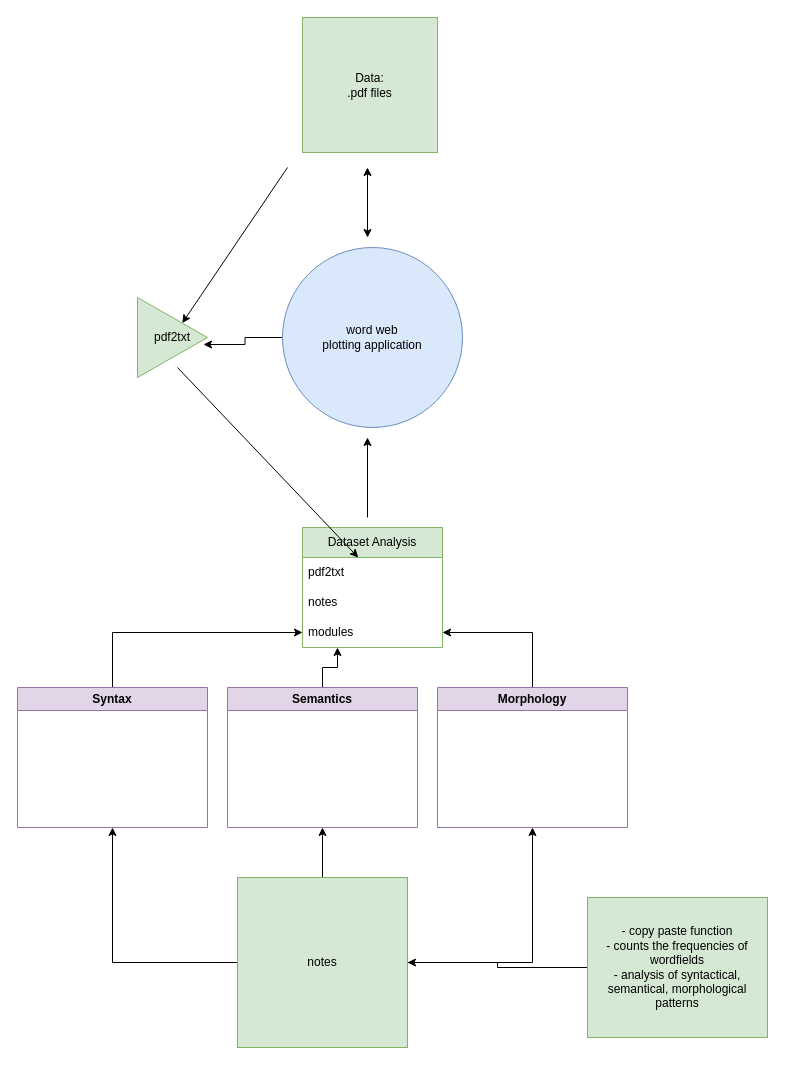
The draw.io diagram plot.drawio in MehmetKay-sudo/Data_Science, before the edit. Source tidied: cells renumbered, new cells numbered last; positions are measured from the earlier drawing's top-left corner, leaving out a move shared by most shapes. Both pictures are drawn from the tidied source at 100%, with x=0, y=0 at pixel (17, 17).
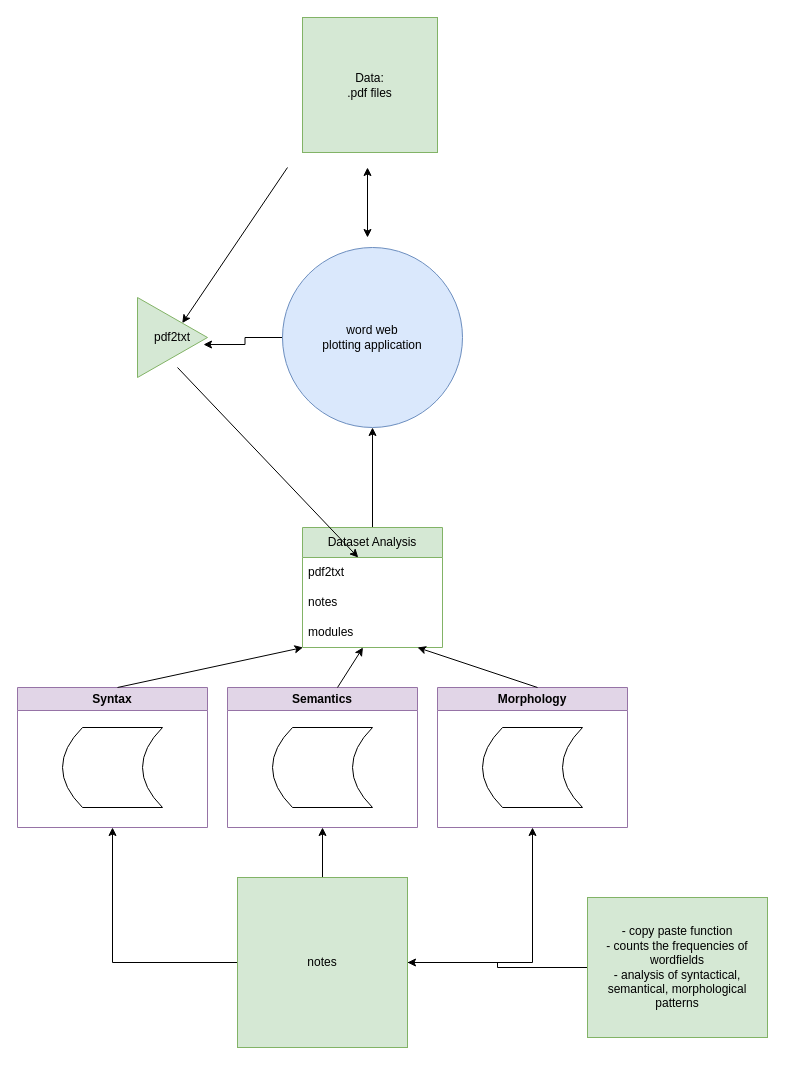
After the change.

The change refers to these unchanged cells:
```xml
<mxCell id="3" value="&lt;div&gt;word web&lt;/div&gt;&lt;div&gt;plotting application&lt;/div&gt;" style="ellipse;whiteSpace=wrap;html=1;fillColor=#dae8fc;strokeColor=#6c8ebf;" parent="1" vertex="1">
  <mxGeometry x="265" y="230" width="180" height="180" as="geometry" />
</mxCell>
<mxCell id="5" value="&lt;div&gt;Dataset Analysis&lt;/div&gt;" style="swimlane;fontStyle=0;horizontal=1;startSize=30;whiteSpace=wrap;html=1;fillColor=#d5e8d4;strokeColor=#82b366;" parent="1" vertex="1">
  <mxGeometry x="285" y="510" width="140" height="120" as="geometry" />
</mxCell>
<mxCell id="8" value="modules" style="text;strokeColor=none;fillColor=none;align=left;verticalAlign=middle;spacingLeft=4;spacingRight=4;overflow=hidden;points=[[0,0.5],[1,0.5]];portConstraint=eastwest;whiteSpace=wrap;html=1;" parent="5" vertex="1">
  <mxGeometry y="90" width="140" height="30" as="geometry" />
</mxCell>
<mxCell id="15" value="Syntax" style="swimlane;whiteSpace=wrap;html=1;fillColor=#e1d5e7;strokeColor=#9673a6;" parent="1" vertex="1">
  <mxGeometry y="670" width="190" height="140" as="geometry" />
</mxCell>
<mxCell id="17" value="Semantics" style="swimlane;whiteSpace=wrap;html=1;fillColor=#e1d5e7;strokeColor=#9673a6;" parent="1" vertex="1">
  <mxGeometry x="210" y="670" width="190" height="140" as="geometry" />
</mxCell>
<mxCell id="19" value="Morphology" style="swimlane;whiteSpace=wrap;html=1;fillColor=#e1d5e7;strokeColor=#9673a6;" parent="1" vertex="1">
  <mxGeometry x="420" y="670" width="190" height="140" as="geometry" />
</mxCell>
```

Change to the diagram source:
```diff
@@
+    <mxCell id="26" style="edgeStyle=orthogonalEdgeStyle;rounded=0;jettySize=auto;html=1;exitX=0.5;exitY=0;exitDx=0;exitDy=0;entryX=0.5;entryY=1;entryDx=0;entryDy=0;" parent="1" edge="1" source="5" target="3">
+      <mxGeometry relative="1" as="geometry" />
+    </mxCell>
@@
-    <mxCell id="9" style="endArrow=classic;html=1;rounded=0;" parent="1" edge="1">
-      <mxGeometry relative="1" as="geometry">
-        <mxPoint x="350" y="500" as="sourcePoint" />
-        <mxPoint x="350" y="420" as="targetPoint" />
-      </mxGeometry>
-    </mxCell>
@@
-    <mxCell id="14" style="edgeStyle=orthogonalEdgeStyle;rounded=0;jettySize=auto;html=1;" parent="1" edge="1" source="15" target="8">
-      <mxGeometry relative="1" as="geometry" />
-    </mxCell>
@@
-    <mxCell id="16" style="edgeStyle=orthogonalEdgeStyle;rounded=0;jettySize=auto;html=1;entryX=0.25;entryY=1;entryDx=0;entryDy=0;entryPerimeter=0;" parent="1" edge="1" source="17" target="8">
-      <mxGeometry relative="1" as="geometry" />
-    </mxCell>
+    <mxCell id="27" style="shape=dataStorage;whiteSpace=wrap;html=1;fixedSize=1;" parent="15" vertex="1">
+      <mxGeometry x="45" y="40" width="100" height="80" as="geometry" />
+    </mxCell>
@@
-    <mxCell id="18" style="edgeStyle=orthogonalEdgeStyle;rounded=0;jettySize=auto;html=1;entryX=1;entryY=0.5;entryDx=0;entryDy=0;" parent="1" edge="1" source="19" target="8">
-      <mxGeometry relative="1" as="geometry" />
-    </mxCell>
+    <mxCell id="28" style="shape=dataStorage;whiteSpace=wrap;html=1;fixedSize=1;" parent="17" vertex="1">
+      <mxGeometry x="45" y="40" width="100" height="80" as="geometry" />
+    </mxCell>
@@
+    <mxCell id="29" style="shape=dataStorage;whiteSpace=wrap;html=1;fixedSize=1;" parent="19" vertex="1">
+      <mxGeometry x="45" y="40" width="100" height="80" as="geometry" />
+    </mxCell>
@@
+    <mxCell id="30" style="endArrow=classic;html=1;rounded=0;" parent="1" edge="1" target="8">
+      <mxGeometry relative="1" as="geometry">
+        <mxPoint x="520" y="670" as="sourcePoint" />
+      </mxGeometry>
+    </mxCell>
+    <mxCell id="31" style="endArrow=classic;html=1;rounded=0;" parent="1" edge="1" target="8">
+      <mxGeometry relative="1" as="geometry">
+        <mxPoint x="320" y="670" as="sourcePoint" />
+      </mxGeometry>
+    </mxCell>
+    <mxCell id="32" style="endArrow=classic;html=1;rounded=0;" parent="1" edge="1" target="8">
+      <mxGeometry relative="1" as="geometry">
+        <mxPoint x="100" y="670" as="sourcePoint" />
+      </mxGeometry>
+    </mxCell>
```
